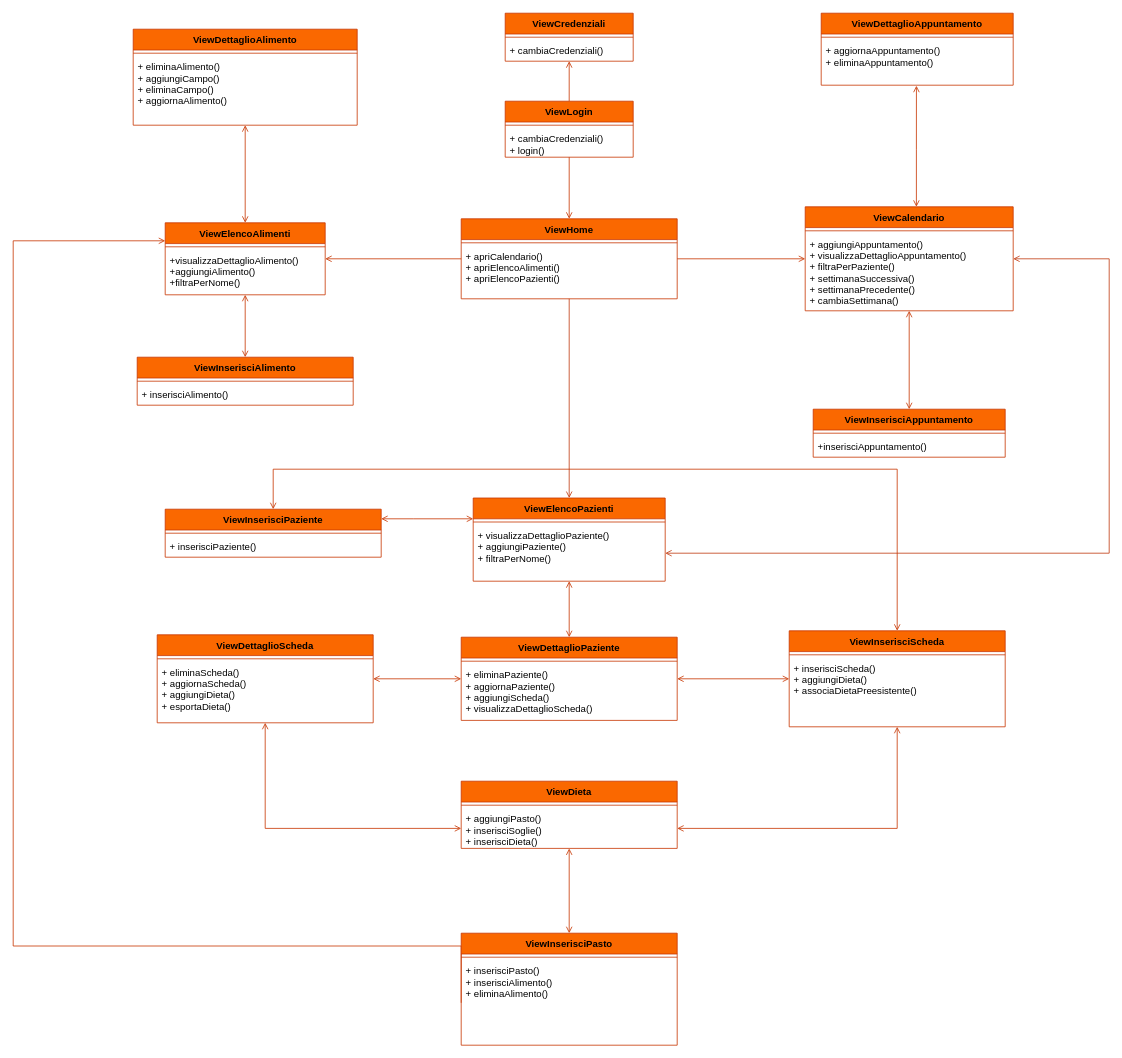
This is InterfacceDettaglio/designInterfacce.drawio from DeborohNoah/IngSoft, a draw.io file, before an edit. Source tidied: cells renumbered, new cells numbered last; positions are measured from the earlier drawing's top-left corner, leaving out a move shared by most shapes. Both pictures are drawn from the tidied source at 80%, with x=0, y=0 at pixel (13, 13).
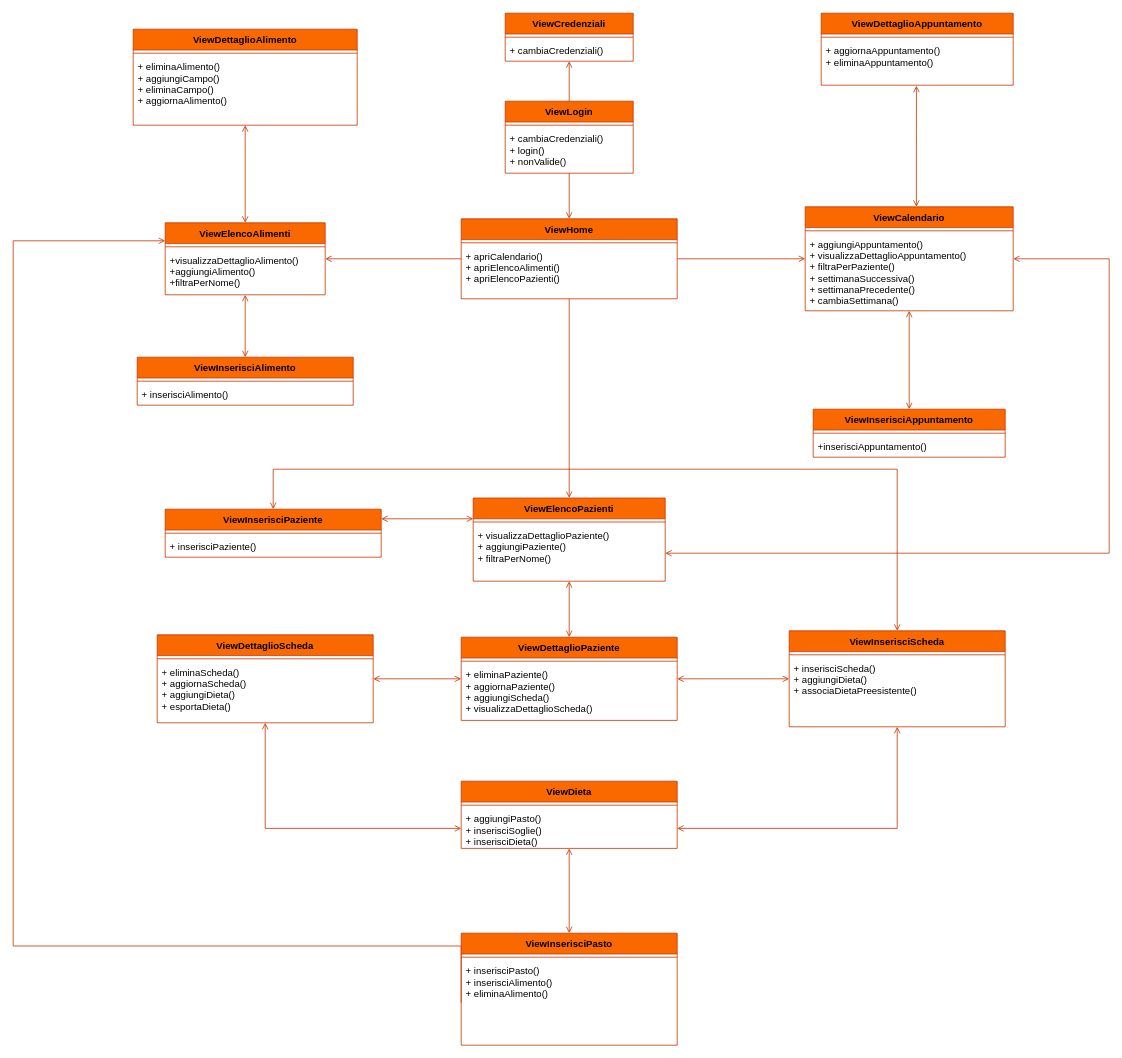
The same diagram, later.

Commit message (it also covers changes not shown here):
altre interazioni

The edit, as a diff of the source:
```diff
@@
     <mxCell id="9" value="ViewLogin" style="swimlane;fontStyle=1;align=center;verticalAlign=top;horizontal=1;startSize=26;fillColor=#fa6800;fontColor=#000000;strokeColor=#C73500;" parent="1" vertex="1">
-      <mxGeometry x="615" y="110" width="160" height="70" as="geometry" />
+      <mxGeometry x="615" y="110" width="160" height="90" as="geometry" />
     </mxCell>
@@
-    <mxCell id="11" value="+ cambiaCredenziali()&#10;+ login()" style="text;strokeColor=none;fillColor=none;align=left;verticalAlign=top;spacingLeft=4;spacingRight=4;overflow=hidden;" parent="9" vertex="1">
-      <mxGeometry y="34" width="160" height="36" as="geometry" />
+    <mxCell id="11" value="+ cambiaCredenziali()&#10;+ login()&#10;+ nonValide()&#10;" style="text;strokeColor=none;fillColor=none;align=left;verticalAlign=top;spacingLeft=4;spacingRight=4;overflow=hidden;" parent="9" vertex="1">
+      <mxGeometry y="34" width="160" height="56" as="geometry" />
     </mxCell>
```
